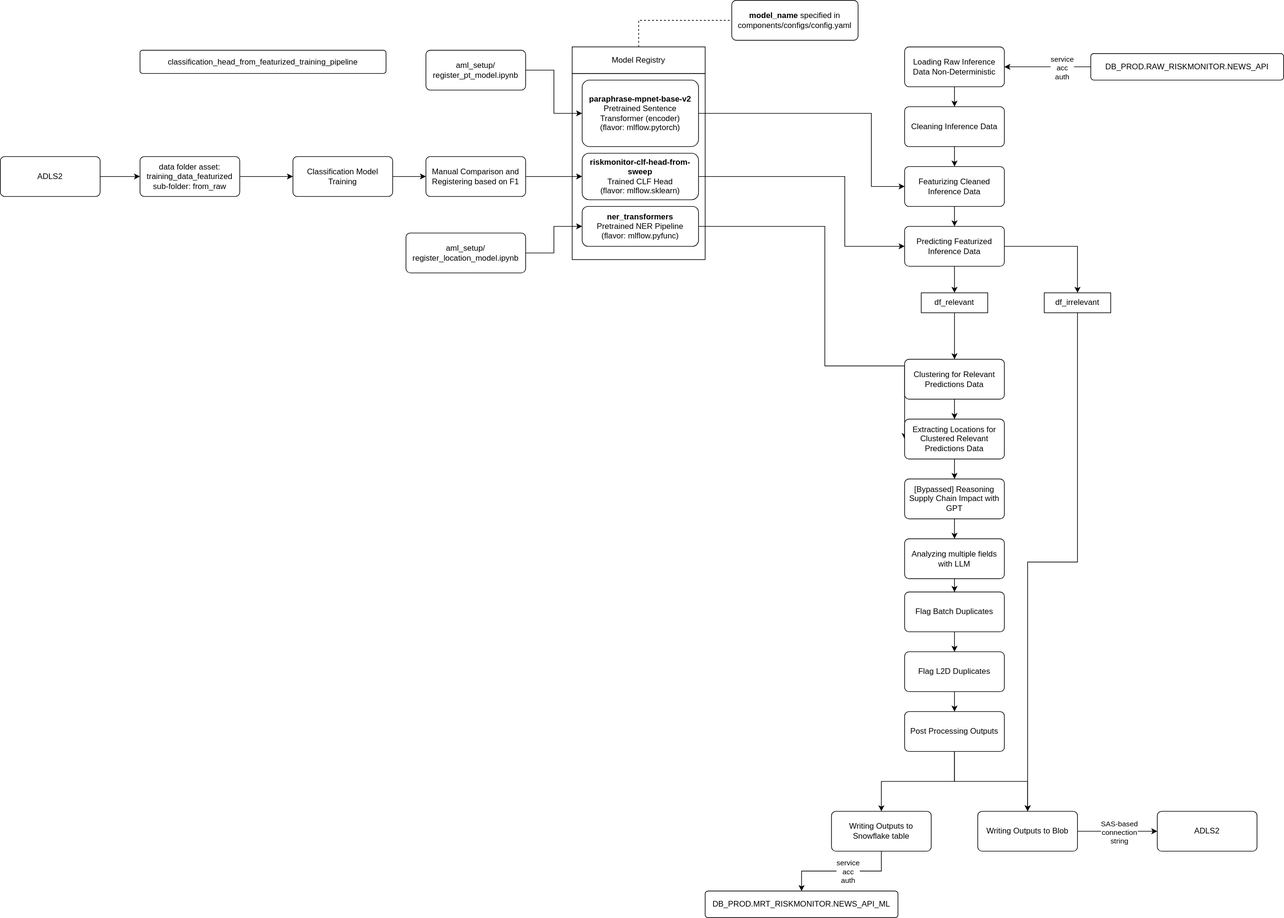
Earlier version of the draw.io export rm-newsapi-architecture.drawio.svg (joshuavaple/draw-io). Source tidied: cells renumbered, new cells last; positions are measured from the earlier drawing's top-left corner, leaving out a move shared by most shapes.
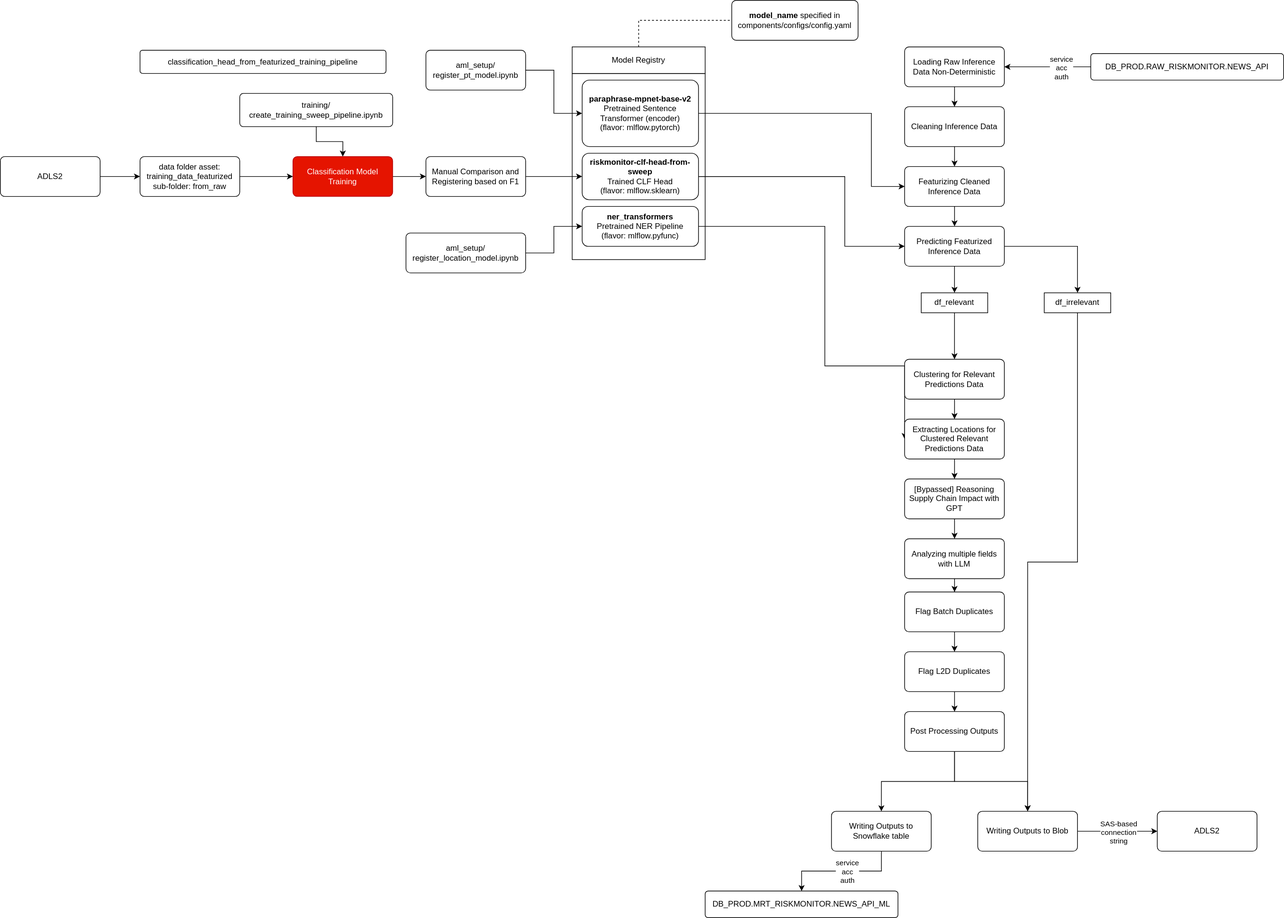
The same file after the commit.

Commit message:
added path to training pipeline authoring code

What changed in the source:
```diff
@@ -170,7 +170,7 @@
     <mxCell id="52" style="edgeStyle=orthogonalEdgeStyle;rounded=0;jettySize=auto;html=1;" parent="1" edge="1" source="53" target="59">
       <mxGeometry relative="1" as="geometry" />
     </mxCell>
-    <mxCell id="53" value="&lt;span&gt;&lt;/span&gt;&lt;div&gt;&lt;span&gt;Classification Model Training&lt;/span&gt;&lt;/div&gt;" style="rounded=1;whiteSpace=wrap;html=1;arcSize=11;fontStyle=0;" parent="1" vertex="1">
+    <mxCell id="53" value="&lt;span&gt;&lt;/span&gt;&lt;div&gt;&lt;span&gt;Classification Model Training&lt;/span&gt;&lt;/div&gt;" style="rounded=1;whiteSpace=wrap;html=1;arcSize=11;fontStyle=0;fillColor=#e51400;strokeColor=#B20000;fontColor=#ffffff;" parent="1" vertex="1">
       <mxGeometry x="440" y="235" width="150" height="60" as="geometry" />
     </mxCell>
     <mxCell id="54" style="edgeStyle=orthogonalEdgeStyle;rounded=0;jettySize=auto;html=1;entryX=0;entryY=0.5;entryDx=0;entryDy=0;" parent="1" edge="1" source="55" target="53">
@@ -203,5 +203,11 @@
     <mxCell id="63" value="&lt;span&gt;&lt;/span&gt;&lt;div&gt;&lt;span&gt;aml_setup/&lt;/span&gt;&lt;/div&gt;&lt;div&gt;&lt;span&gt;register_location_model.ipynb&lt;/span&gt;&lt;/div&gt;" style="rounded=1;whiteSpace=wrap;html=1;arcSize=11;fontStyle=0;" parent="1" vertex="1">
       <mxGeometry x="610" y="350" width="180" height="60" as="geometry" />
     </mxCell>
+    <mxCell id="64" style="edgeStyle=orthogonalEdgeStyle;rounded=0;jettySize=auto;html=1;entryX=0.5;entryY=0;entryDx=0;entryDy=0;" parent="1" edge="1" source="65" target="53">
+      <mxGeometry relative="1" as="geometry" />
+    </mxCell>
+    <mxCell id="65" value="&lt;span&gt;&lt;/span&gt;&lt;div&gt;training/&lt;/div&gt;&lt;div&gt;create_training_sweep_pipeline.ipynb&lt;/div&gt;" style="rounded=1;whiteSpace=wrap;html=1;arcSize=11;fontStyle=0;" parent="1" vertex="1">
+      <mxGeometry x="360" y="140" width="230" height="50" as="geometry" />
+    </mxCell>
   </root>
 </mxGraphModel>
```
